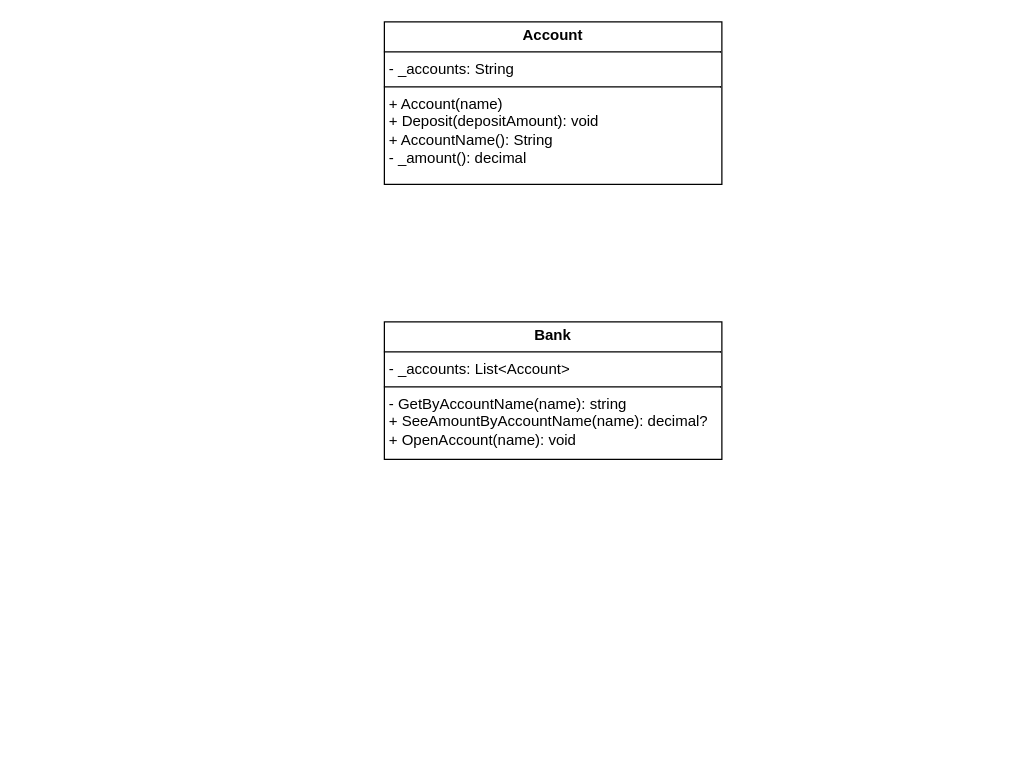
jas812000/Draw_io_diagrams keeps this draw.io diagram as BankApp.drawio. Above is the earlier version. Source tidied: cells renumbered, new cells numbered last; positions are measured from the earlier drawing's top-left corner, leaving out a move shared by most shapes. Both pictures are drawn from the tidied source at 125%, with x=0, y=0 at pixel (384, 21).
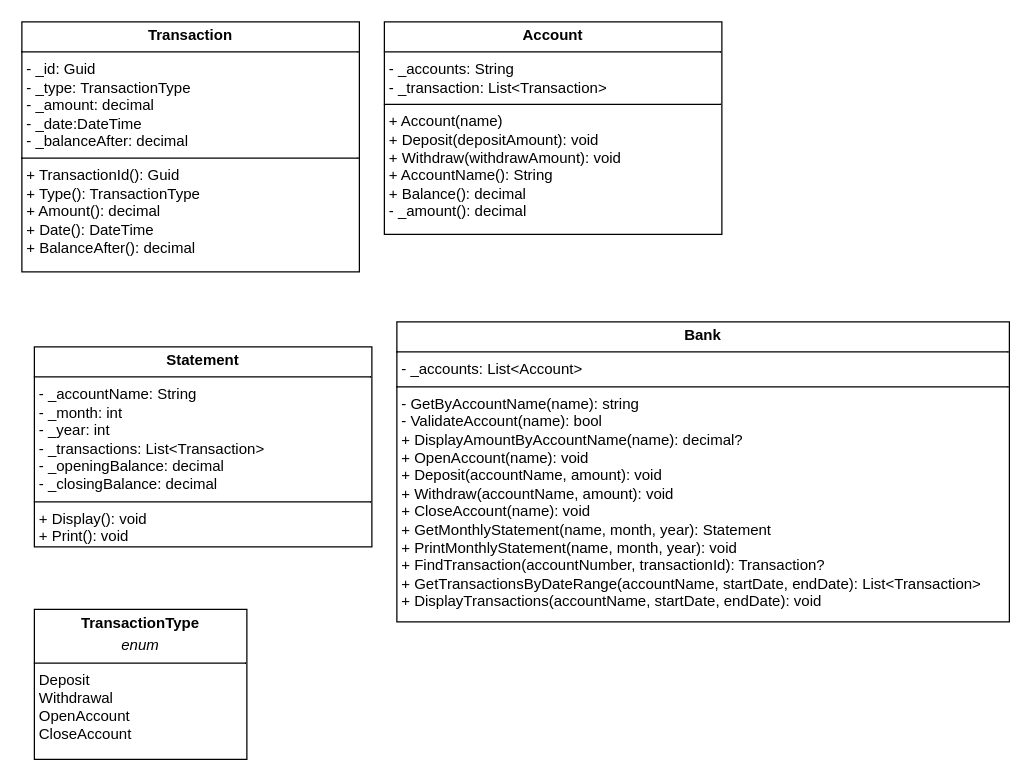
The same diagram, later.

The edit, as a diff of the source:
```diff
@@
 <mxGraphModel>
   <root>
     <mxCell id="0" />
     <mxCell id="1" parent="0" />
-    <mxCell id="2" value="&lt;p style=&quot;margin:0px;margin-top:4px;text-align:center;&quot;&gt;&lt;b&gt;Account&lt;/b&gt;&lt;/p&gt;&lt;hr size=&quot;1&quot; style=&quot;border-style:solid;&quot;&gt;&lt;p style=&quot;margin:0px;margin-left:4px;&quot;&gt;- _accounts: String&lt;/p&gt;&lt;hr size=&quot;1&quot; style=&quot;border-style:solid;&quot;&gt;&lt;p style=&quot;margin:0px;margin-left:4px;&quot;&gt;+ Account(name)&lt;/p&gt;&lt;p style=&quot;margin:0px;margin-left:4px;&quot;&gt;+ Deposit(depositAmount): void&lt;/p&gt;&lt;p style=&quot;margin:0px;margin-left:4px;&quot;&gt;+ AccountName(): String&lt;/p&gt;&lt;p style=&quot;margin:0px;margin-left:4px;&quot;&gt;- _amount(): decimal&lt;/p&gt;" style="verticalAlign=top;align=left;overflow=fill;html=1;whiteSpace=wrap;" parent="1" vertex="1">
-      <mxGeometry width="270" height="130" as="geometry" />
+    <mxCell id="2" value="&lt;p style=&quot;margin:0px;margin-top:4px;text-align:center;&quot;&gt;&lt;b&gt;Account&lt;/b&gt;&lt;/p&gt;&lt;hr size=&quot;1&quot; style=&quot;border-style:solid;&quot;&gt;&lt;p style=&quot;margin:0px;margin-left:4px;&quot;&gt;- _accounts: String&lt;/p&gt;&lt;p style=&quot;margin:0px;margin-left:4px;&quot;&gt;- _transaction: List&amp;lt;Transaction&amp;gt;&lt;/p&gt;&lt;hr size=&quot;1&quot; style=&quot;border-style:solid;&quot;&gt;&lt;p style=&quot;margin:0px;margin-left:4px;&quot;&gt;+ Account(name)&lt;/p&gt;&lt;p style=&quot;margin:0px;margin-left:4px;&quot;&gt;+ Deposit(depositAmount): void&lt;/p&gt;&lt;p style=&quot;margin:0px;margin-left:4px;&quot;&gt;+ Withdraw(withdrawAmount): void&lt;/p&gt;&lt;p style=&quot;margin:0px;margin-left:4px;&quot;&gt;+ AccountName(): String&lt;/p&gt;&lt;p style=&quot;margin:0px;margin-left:4px;&quot;&gt;+ Balance(): decimal&lt;/p&gt;&lt;p style=&quot;margin:0px;margin-left:4px;&quot;&gt;- _amount(): decimal&lt;/p&gt;" style="verticalAlign=top;align=left;overflow=fill;html=1;whiteSpace=wrap;" parent="1" vertex="1">
+      <mxGeometry width="270" height="170" as="geometry" />
     </mxCell>
-    <mxCell id="3" value="&lt;p style=&quot;margin:0px;margin-top:4px;text-align:center;&quot;&gt;&lt;b&gt;Bank&lt;/b&gt;&lt;/p&gt;&lt;hr size=&quot;1&quot; style=&quot;border-style:solid;&quot;&gt;&lt;p style=&quot;margin:0px;margin-left:4px;&quot;&gt;- _accounts: List&amp;lt;Account&amp;gt;&lt;/p&gt;&lt;hr size=&quot;1&quot; style=&quot;border-style:solid;&quot;&gt;&lt;p style=&quot;margin:0px;margin-left:4px;&quot;&gt;- GetByAccountName(name): string&lt;/p&gt;&lt;p style=&quot;margin:0px;margin-left:4px;&quot;&gt;+ SeeAmountByAccountName(name): decimal?&lt;/p&gt;&lt;p style=&quot;margin:0px;margin-left:4px;&quot;&gt;+ OpenAccount(name): void&lt;/p&gt;" style="verticalAlign=top;align=left;overflow=fill;html=1;whiteSpace=wrap;" parent="1" vertex="1">
-      <mxGeometry y="240" width="270" height="110" as="geometry" />
+    <mxCell id="3" value="&lt;p style=&quot;margin:0px;margin-top:4px;text-align:center;&quot;&gt;&lt;b&gt;Bank&lt;/b&gt;&lt;/p&gt;&lt;hr size=&quot;1&quot; style=&quot;border-style:solid;&quot;&gt;&lt;p style=&quot;margin:0px;margin-left:4px;&quot;&gt;- _accounts: List&amp;lt;Account&amp;gt;&lt;/p&gt;&lt;hr size=&quot;1&quot; style=&quot;border-style:solid;&quot;&gt;&lt;p style=&quot;margin:0px;margin-left:4px;&quot;&gt;- GetByAccountName(name): string&lt;br&gt;&lt;/p&gt;&lt;p style=&quot;margin:0px;margin-left:4px;&quot;&gt;- ValidateAccount(name): bool&lt;br&gt;&lt;/p&gt;&lt;p style=&quot;margin:0px;margin-left:4px;&quot;&gt;+ DisplayAmountByAccountName(name): decimal?&lt;/p&gt;&lt;p style=&quot;margin:0px;margin-left:4px;&quot;&gt;+ OpenAccount(name): void&lt;/p&gt;&lt;p style=&quot;margin:0px;margin-left:4px;&quot;&gt;+ Deposit(accountName, amount): void&lt;/p&gt;&lt;p style=&quot;margin:0px;margin-left:4px;&quot;&gt;+ Withdraw(accountName, amount): void&lt;/p&gt;&lt;p style=&quot;margin:0px;margin-left:4px;&quot;&gt;+ CloseAccount(name): void&lt;/p&gt;&lt;p style=&quot;margin:0px;margin-left:4px;&quot;&gt;+ GetMonthlyStatement(name, month, year): Statement&lt;/p&gt;&lt;p style=&quot;margin:0px;margin-left:4px;&quot;&gt;+ PrintMonthlyStatement(name, month, year): void&lt;/p&gt;&lt;p style=&quot;margin:0px;margin-left:4px;&quot;&gt;+ FindTransaction(accountNumber, transactionId): Transaction?&lt;/p&gt;&lt;p style=&quot;margin:0px;margin-left:4px;&quot;&gt;+ GetTransactionsByDateRange(accountName, startDate, endDate): List&amp;lt;Transaction&amp;gt;&lt;/p&gt;&lt;p style=&quot;margin:0px;margin-left:4px;&quot;&gt;+ DisplayTransactions(accountName, startDate, endDate): void&lt;/p&gt;&lt;p style=&quot;margin:0px;margin-left:4px;&quot;&gt;&lt;br&gt;&lt;/p&gt;&lt;p style=&quot;margin:0px;margin-left:4px;&quot;&gt;&lt;br&gt;&lt;/p&gt;&lt;p style=&quot;margin:0px;margin-left:4px;&quot;&gt;&lt;br&gt;&lt;/p&gt;" style="verticalAlign=top;align=left;overflow=fill;html=1;whiteSpace=wrap;" parent="1" vertex="1">
+      <mxGeometry x="10" y="240" width="490" height="240" as="geometry" />
     </mxCell>
+    <mxCell id="4" value="&lt;p style=&quot;margin:0px;margin-top:4px;text-align:center;&quot;&gt;&lt;b&gt;Transaction&lt;/b&gt;&lt;br&gt;&lt;/p&gt;&lt;hr size=&quot;1&quot; style=&quot;border-style:solid;&quot;&gt;&lt;p style=&quot;margin:0px;margin-left:4px;&quot;&gt;- _id: Guid&lt;/p&gt;&lt;p style=&quot;margin:0px;margin-left:4px;&quot;&gt;- _type: TransactionType&lt;/p&gt;&lt;p style=&quot;margin:0px;margin-left:4px;&quot;&gt;- _amount: decimal&lt;/p&gt;&lt;p style=&quot;margin:0px;margin-left:4px;&quot;&gt;- _date:DateTime&lt;/p&gt;&lt;p style=&quot;margin:0px;margin-left:4px;&quot;&gt;- _balanceAfter: decimal&lt;/p&gt;&lt;hr size=&quot;1&quot; style=&quot;border-style:solid;&quot;&gt;&lt;p style=&quot;margin:0px;margin-left:4px;&quot;&gt;+ TransactionId(): Guid&lt;/p&gt;&lt;p style=&quot;margin:0px;margin-left:4px;&quot;&gt;+ Type(): TransactionType&lt;/p&gt;&lt;p style=&quot;margin:0px;margin-left:4px;&quot;&gt;+ Amount(): decimal&lt;/p&gt;&lt;p style=&quot;margin:0px;margin-left:4px;&quot;&gt;+ Date(): DateTime&lt;/p&gt;&lt;p style=&quot;margin:0px;margin-left:4px;&quot;&gt;+ BalanceAfter(): decimal&lt;/p&gt;" style="verticalAlign=top;align=left;overflow=fill;html=1;whiteSpace=wrap;" parent="1" vertex="1">
+      <mxGeometry x="-290" width="270" height="200" as="geometry" />
+    </mxCell>
+    <mxCell id="5" value="&lt;p style=&quot;margin:0px;margin-top:4px;text-align:center;&quot;&gt;&lt;b&gt;Statement&lt;/b&gt;&lt;br&gt;&lt;/p&gt;&lt;hr size=&quot;1&quot; style=&quot;border-style:solid;&quot;&gt;&lt;p style=&quot;margin:0px;margin-left:4px;&quot;&gt;- _accountName: String&lt;/p&gt;&lt;p style=&quot;margin:0px;margin-left:4px;&quot;&gt;- _month: int&lt;/p&gt;&lt;p style=&quot;margin:0px;margin-left:4px;&quot;&gt;- _year: int&lt;/p&gt;&lt;p style=&quot;margin:0px;margin-left:4px;&quot;&gt;- _transactions: List&amp;lt;Transaction&amp;gt;&lt;/p&gt;&lt;p style=&quot;margin:0px;margin-left:4px;&quot;&gt;- _openingBalance: decimal&lt;/p&gt;&lt;p style=&quot;margin:0px;margin-left:4px;&quot;&gt;- _closingBalance: decimal&lt;/p&gt;&lt;hr size=&quot;1&quot; style=&quot;border-style:solid;&quot;&gt;&lt;p style=&quot;margin:0px;margin-left:4px;&quot;&gt;+ Display(): void&lt;/p&gt;&lt;p style=&quot;margin:0px;margin-left:4px;&quot;&gt;+ Print(): void&lt;/p&gt;" style="verticalAlign=top;align=left;overflow=fill;html=1;whiteSpace=wrap;" parent="1" vertex="1">
+      <mxGeometry x="-280" y="260" width="270" height="160" as="geometry" />
+    </mxCell>
+    <mxCell id="6" value="&lt;p style=&quot;margin:0px;margin-top:4px;text-align:center;&quot;&gt;&lt;b&gt;TransactionType&lt;/b&gt;&lt;/p&gt;&lt;p style=&quot;margin:0px;margin-top:4px;text-align:center;&quot;&gt;&lt;i&gt;enum&lt;/i&gt;&lt;/p&gt;&lt;hr size=&quot;1&quot; style=&quot;border-style:solid;&quot;&gt;&lt;p style=&quot;margin:0px;margin-left:4px;&quot;&gt;Deposit&lt;/p&gt;&lt;p style=&quot;margin:0px;margin-left:4px;&quot;&gt;Withdrawal&lt;/p&gt;&lt;p style=&quot;margin:0px;margin-left:4px;&quot;&gt;OpenAccount&lt;/p&gt;&lt;p style=&quot;margin:0px;margin-left:4px;&quot;&gt;CloseAccount&lt;/p&gt;&lt;p style=&quot;margin:0px;margin-left:4px;&quot;&gt;&lt;br&gt;&lt;/p&gt;&lt;p style=&quot;margin:0px;margin-left:4px;&quot;&gt;&lt;br&gt;&lt;/p&gt;" style="verticalAlign=top;align=left;overflow=fill;html=1;whiteSpace=wrap;" parent="1" vertex="1">
+      <mxGeometry x="-280" y="470" width="170" height="120" as="geometry" />
+    </mxCell>
   </root>
 </mxGraphModel>
```
